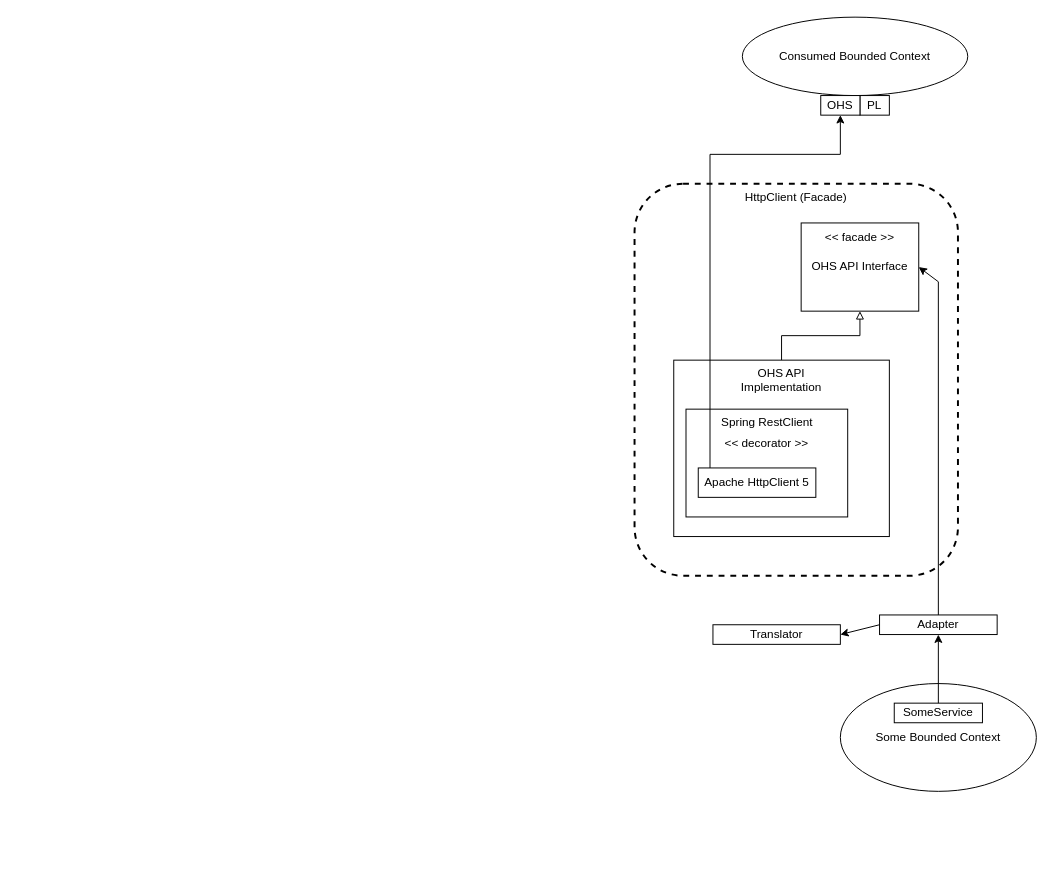
This is page "Page-2" (2 of 2) of components/http-client/HTTP client diagrams.drawio from andres81/web-application-software-components, a draw.io file, before an edit. Source tidied: cells renumbered, new cells numbered last; positions are measured from the earlier drawing's top-left corner, leaving out a move shared by most shapes. Both pictures are drawn from the tidied source at 98%, with x=0, y=0 at pixel (634, 17).
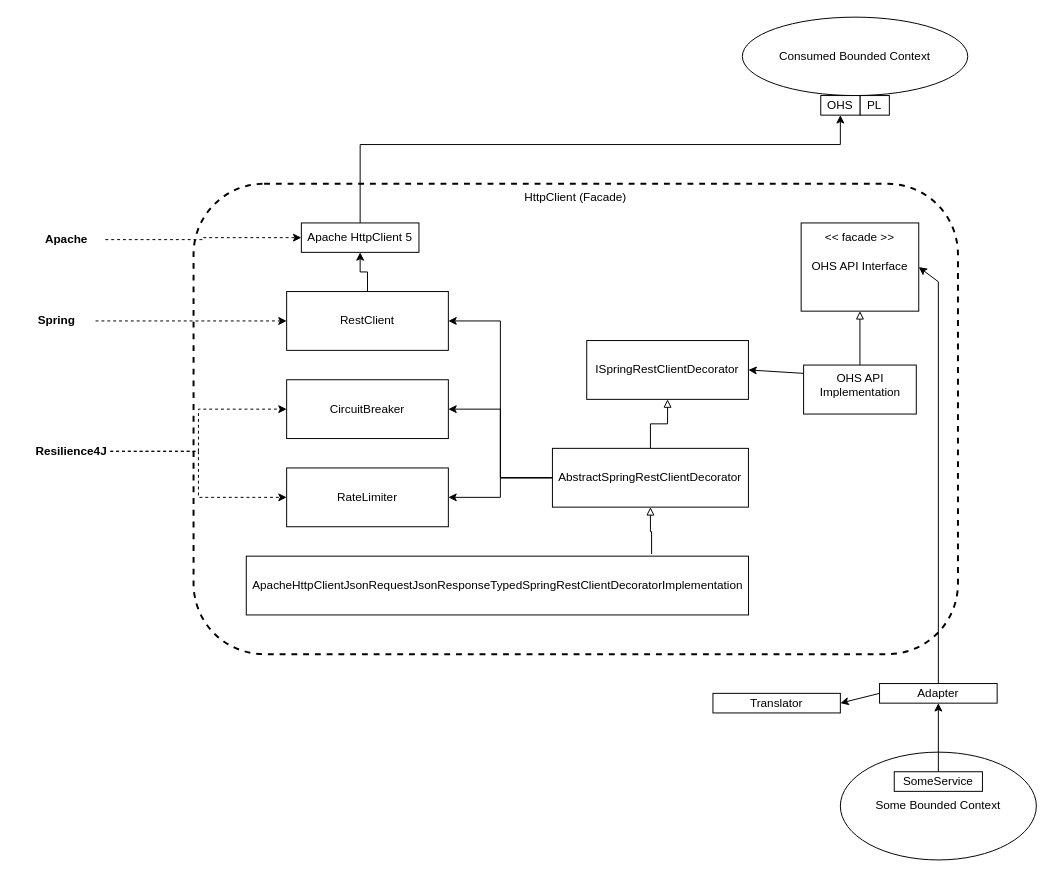
The same page after the edit.

Unchanged cells that the change refers to:
```xml
<mxCell id="11" value="OHS" style="rounded=0;whiteSpace=wrap;html=1;" parent="1" vertex="1">
  <mxGeometry x="190" y="80" width="40" height="20" as="geometry" />
</mxCell>
```

What changed in the source:
```diff
@@
     <mxCell id="2" value="HttpClient (Facade)" style="rounded=1;whiteSpace=wrap;html=1;verticalAlign=top;dashed=1;strokeColor=light-dark(#000000,#00FF00);strokeWidth=2;" parent="1" vertex="1">
-      <mxGeometry y="170" width="330" height="400" as="geometry" />
+      <mxGeometry x="-450" y="170" width="780" height="480" as="geometry" />
     </mxCell>
@@
     <mxCell id="4" value="Some Bounded Context" style="ellipse;whiteSpace=wrap;html=1;shapeInside=1;verticalAlign=middle;" parent="1" vertex="1">
-      <mxGeometry x="210" y="680" width="200" height="110" as="geometry" />
+      <mxGeometry x="210" y="750" width="200" height="110" as="geometry" />
     </mxCell>
     <mxCell id="5" value="SomeService" style="rounded=0;whiteSpace=wrap;html=1;" parent="1" vertex="1">
-      <mxGeometry x="265" y="700" width="90" height="20" as="geometry" />
+      <mxGeometry x="265" y="770" width="90" height="20" as="geometry" />
     </mxCell>
     <mxCell id="6" value="Adapter" style="rounded=0;whiteSpace=wrap;html=1;" parent="1" vertex="1">
-      <mxGeometry x="250" y="610" width="120" height="20" as="geometry" />
+      <mxGeometry x="250" y="680" width="120" height="20" as="geometry" />
     </mxCell>
@@
     <mxCell id="9" value="Translator" style="rounded=0;whiteSpace=wrap;html=1;" parent="1" vertex="1">
-      <mxGeometry x="80" y="620" width="130" height="20" as="geometry" />
+      <mxGeometry x="80" y="690" width="130" height="20" as="geometry" />
     </mxCell>
@@
     <mxCell id="16" value="OHS API&lt;br&gt;Implementation" style="rounded=0;whiteSpace=wrap;html=1;verticalAlign=top;strokeColor=light-dark(#000000,#FF33FF);fontColor=light-dark(#000000,#FF00FF);" parent="1" vertex="1">
-      <mxGeometry x="40" y="350" width="220" height="180" as="geometry" />
+      <mxGeometry x="172.5" y="355" width="115" height="50" as="geometry" />
     </mxCell>
-    <mxCell id="17" value="Spring RestClient" style="rounded=0;whiteSpace=wrap;html=1;verticalAlign=top;strokeColor=light-dark(#000000,#0000CC);fontColor=light-dark(#000000,#0000FF);" parent="1" vertex="1">
-      <mxGeometry x="52.5" y="400" width="165" height="110" as="geometry" />
-    </mxCell>
-    <mxCell id="18" value="&amp;lt;&amp;lt; decorator &amp;gt;&amp;gt;" style="text;html=1;whiteSpace=wrap;strokeColor=none;fillColor=none;align=center;verticalAlign=middle;rounded=0;fontColor=light-dark(#000000,#0000FF);" parent="1" vertex="1">
-      <mxGeometry x="90" y="420" width="90" height="30" as="geometry" />
-    </mxCell>
+    <mxCell id="20" style="edgeStyle=orthogonalEdgeStyle;rounded=0;jettySize=auto;html=1;entryX=0.5;entryY=1;entryDx=0;entryDy=0;" parent="1" edge="1" source="19" target="11">
+      <mxGeometry relative="1" as="geometry">
+        <Array as="points">
+          <mxPoint x="-280" y="130" />
+          <mxPoint x="210" y="130" />
+        </Array>
+      </mxGeometry>
+    </mxCell>
     <mxCell id="19" value="Apache HttpClient 5" style="rounded=0;whiteSpace=wrap;html=1;" parent="1" vertex="1">
-      <mxGeometry x="65" y="460" width="120" height="30" as="geometry" />
+      <mxGeometry x="-340" y="210" width="120" height="30" as="geometry" />
     </mxCell>
-    <mxCell id="20" style="endArrow=classic;html=1;rounded=0;entryX=0.5;entryY=1;entryDx=0;entryDy=0;exitX=0.1;exitY=0;exitDx=0;exitDy=0;exitPerimeter=0;" parent="1" edge="1" source="19" target="11">
-      <mxGeometry relative="1" as="geometry">
-        <Array as="points">
-          <mxPoint x="77" y="140" />
-          <mxPoint x="210" y="140" />
-        </Array>
-      </mxGeometry>
-    </mxCell>
+    <mxCell id="21" value="ISpringRestClientDecorator" style="rounded=0;whiteSpace=wrap;html=1;" parent="1" vertex="1">
+      <mxGeometry x="-48.8" y="330" width="165" height="60" as="geometry" />
+    </mxCell>
+    <mxCell id="22" style="edgeStyle=orthogonalEdgeStyle;rounded=0;jettySize=auto;html=1;endArrow=block;endFill=0;" parent="1" edge="1" source="26" target="21">
+      <mxGeometry relative="1" as="geometry" />
+    </mxCell>
+    <mxCell id="23" style="edgeStyle=orthogonalEdgeStyle;rounded=0;jettySize=auto;html=1;" parent="1" edge="1" source="26" target="33">
+      <mxGeometry relative="1" as="geometry" />
+    </mxCell>
+    <mxCell id="24" style="edgeStyle=orthogonalEdgeStyle;rounded=0;jettySize=auto;html=1;entryX=1;entryY=0.5;entryDx=0;entryDy=0;" parent="1" edge="1" source="26" target="32">
+      <mxGeometry relative="1" as="geometry" />
+    </mxCell>
+    <mxCell id="25" style="edgeStyle=orthogonalEdgeStyle;rounded=0;jettySize=auto;html=1;entryX=1;entryY=0.5;entryDx=0;entryDy=0;" parent="1" edge="1" source="26" target="31">
+      <mxGeometry relative="1" as="geometry" />
+    </mxCell>
+    <mxCell id="26" value="AbstractSpringRestClientDecorator" style="rounded=0;whiteSpace=wrap;html=1;" parent="1" vertex="1">
+      <mxGeometry x="-83.8" y="440" width="200" height="60" as="geometry" />
+    </mxCell>
+    <mxCell id="27" style="edgeStyle=orthogonalEdgeStyle;rounded=0;jettySize=auto;html=1;entryX=0.5;entryY=1;entryDx=0;entryDy=0;endArrow=block;endFill=0;exitX=0.807;exitY=-0.037;exitDx=0;exitDy=0;exitPerimeter=0;" parent="1" edge="1" source="28" target="26">
+      <mxGeometry relative="1" as="geometry" />
+    </mxCell>
+    <mxCell id="28" value="ApacheHttpClientJsonRequestJsonResponseTypedSpringRestClientDecoratorImplementation" style="rounded=0;whiteSpace=wrap;html=1;" parent="1" vertex="1">
+      <mxGeometry x="-396.2" y="550" width="512.5" height="60" as="geometry" />
+    </mxCell>
+    <mxCell id="29" style="endArrow=classic;html=1;rounded=0;entryX=1;entryY=0.5;entryDx=0;entryDy=0;exitX=-0.003;exitY=0.169;exitDx=0;exitDy=0;exitPerimeter=0;" parent="1" edge="1" source="16" target="21">
+      <mxGeometry relative="1" as="geometry" />
+    </mxCell>
+    <mxCell id="30" style="edgeStyle=orthogonalEdgeStyle;rounded=0;jettySize=auto;html=1;entryX=0.5;entryY=1;entryDx=0;entryDy=0;" parent="1" edge="1" source="31" target="19">
+      <mxGeometry relative="1" as="geometry" />
+    </mxCell>
+    <mxCell id="31" value="RestClient" style="rounded=0;whiteSpace=wrap;html=1;" parent="1" vertex="1">
+      <mxGeometry x="-355" y="280" width="165" height="60" as="geometry" />
+    </mxCell>
+    <mxCell id="32" value="CircuitBreaker" style="rounded=0;whiteSpace=wrap;html=1;" parent="1" vertex="1">
+      <mxGeometry x="-355" y="370" width="165" height="60" as="geometry" />
+    </mxCell>
+    <mxCell id="33" value="RateLimiter" style="rounded=0;whiteSpace=wrap;html=1;" parent="1" vertex="1">
+      <mxGeometry x="-355" y="460" width="165" height="60" as="geometry" />
+    </mxCell>
+    <mxCell id="34" style="edgeStyle=orthogonalEdgeStyle;rounded=0;jettySize=auto;html=1;entryX=0;entryY=0.5;entryDx=0;entryDy=0;dashed=1;" parent="1" edge="1" source="36" target="32">
+      <mxGeometry relative="1" as="geometry" />
+    </mxCell>
+    <mxCell id="35" style="edgeStyle=orthogonalEdgeStyle;rounded=0;jettySize=auto;html=1;entryX=0;entryY=0.5;entryDx=0;entryDy=0;dashed=1;" parent="1" edge="1" source="36" target="33">
+      <mxGeometry relative="1" as="geometry" />
+    </mxCell>
+    <mxCell id="36" value="Resilience4J" style="text;align=center;fontStyle=1;verticalAlign=middle;spacingLeft=3;spacingRight=3;strokeColor=none;points=[[0,0.5],[1,0.5]];portConstraint=eastwest;html=1;" parent="1" vertex="1">
+      <mxGeometry x="-615" y="430" width="80" height="26" as="geometry" />
+    </mxCell>
+    <mxCell id="37" style="edgeStyle=orthogonalEdgeStyle;rounded=0;jettySize=auto;html=1;entryX=0;entryY=0.5;entryDx=0;entryDy=0;dashed=1;" parent="1" edge="1" source="38" target="31">
+      <mxGeometry relative="1" as="geometry" />
+    </mxCell>
+    <mxCell id="38" value="Spring" style="text;align=center;fontStyle=1;verticalAlign=middle;spacingLeft=3;spacingRight=3;strokeColor=none;points=[[0,0.5],[1,0.5]];portConstraint=eastwest;html=1;" parent="1" vertex="1">
+      <mxGeometry x="-630" y="297" width="80" height="26" as="geometry" />
+    </mxCell>
+    <mxCell id="39" style="edgeStyle=orthogonalEdgeStyle;rounded=0;jettySize=auto;html=1;entryX=0;entryY=0.5;entryDx=0;entryDy=0;dashed=1;" parent="1" edge="1" source="40" target="19">
+      <mxGeometry relative="1" as="geometry" />
+    </mxCell>
+    <mxCell id="40" value="Apache" style="text;align=center;fontStyle=1;verticalAlign=middle;spacingLeft=3;spacingRight=3;strokeColor=none;points=[[0,0.5],[1,0.5]];portConstraint=eastwest;html=1;" parent="1" vertex="1">
+      <mxGeometry x="-620" y="214" width="80" height="26" as="geometry" />
+    </mxCell>
```
